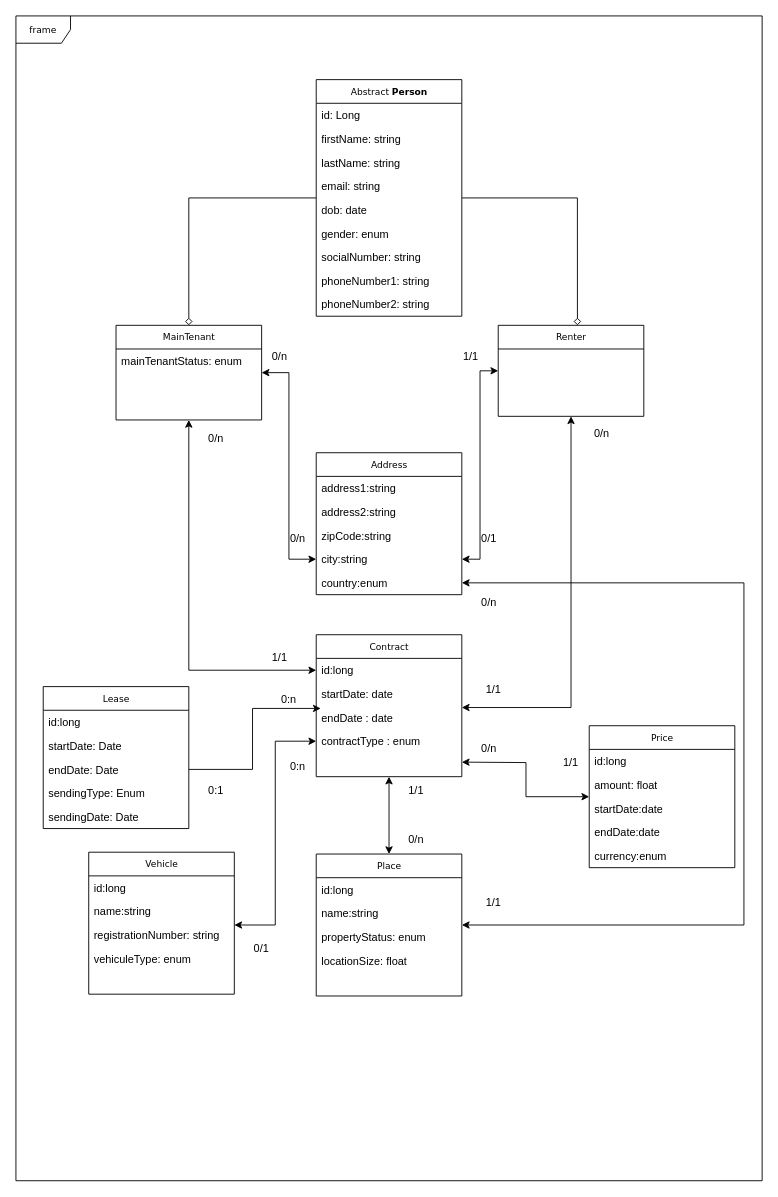
chrystlll/rentalProject_back keeps this draw.io diagram as conception/class diagram(3).drawio. Above is the earlier version. Source tidied: cells renumbered, new cells numbered last; positions are measured from the earlier drawing's top-left corner, leaving out a move shared by most shapes. Both pictures are drawn from the tidied source at 91%, with x=0, y=0 at pixel (15, 15).
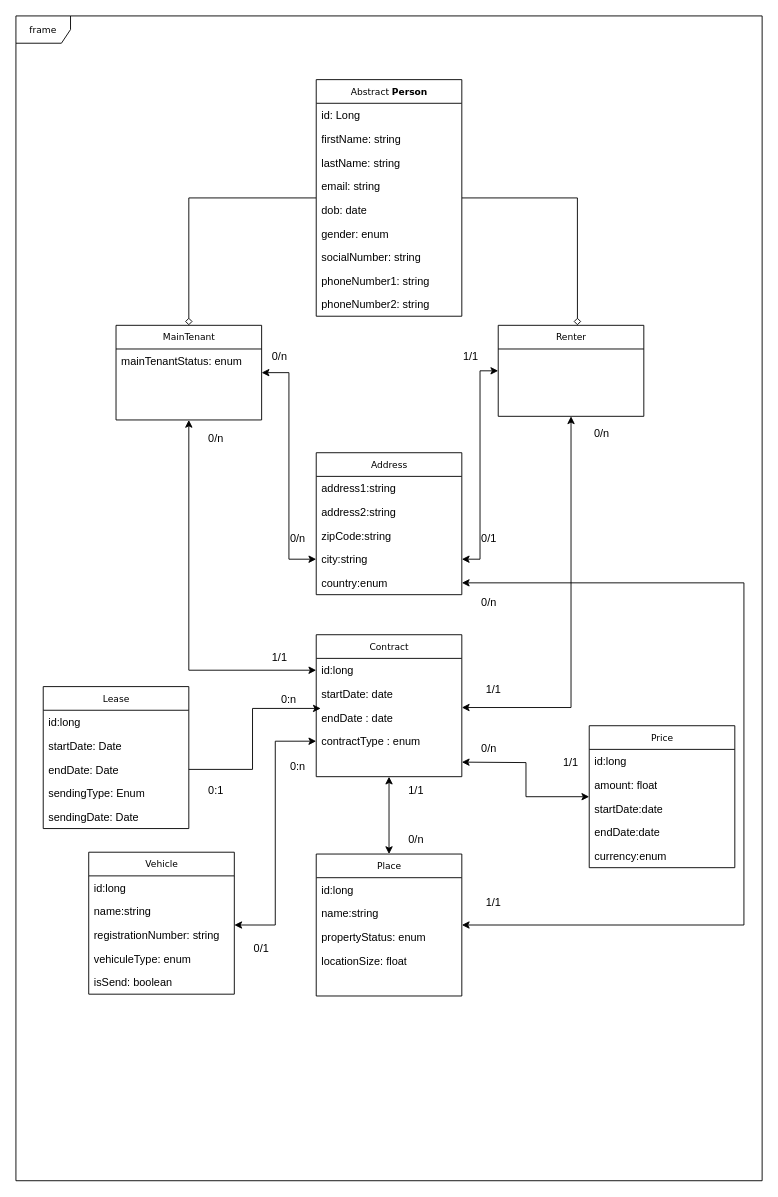
Above is the later version.

The change refers to these unchanged cells:
```xml
<mxCell id="58" value="Vehicle" style="swimlane;html=1;fontStyle=0;horizontal=1;startSize=26;fillColor=none;swimlaneFillColor=#ffffff;rounded=0;shadow=0;comic=0;labelBackgroundColor=none;strokeWidth=1;fontFamily=Verdana;fontSize=10;align=center;" parent="1" vertex="1">
  <mxGeometry x="80" y="919" width="160" height="156" as="geometry" />
</mxCell>
```

Change to the diagram source:
```diff
@@
+    <mxCell id="78" value="isSend: boolean" style="text;html=1;strokeColor=none;fillColor=none;align=left;verticalAlign=top;spacingLeft=4;spacingRight=4;whiteSpace=wrap;overflow=hidden;" parent="58" vertex="1">
+      <mxGeometry y="130" width="160" height="26" as="geometry" />
+    </mxCell>
```
